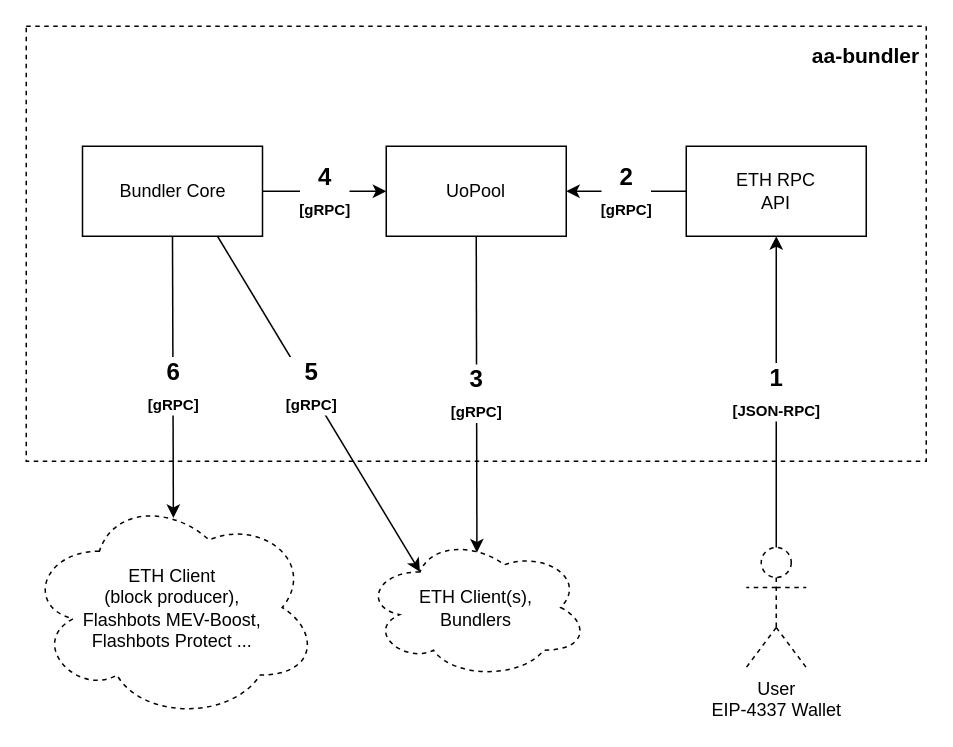
This is docs/architecture/silius.drawio from silius-rs/silius, a draw.io file, before an edit. Source tidied: cells renumbered, new cells numbered last; positions are measured from the earlier drawing's top-left corner, leaving out a move shared by most shapes. Both pictures are drawn from the tidied source at 150%, with x=0, y=0 at pixel (26, 26).
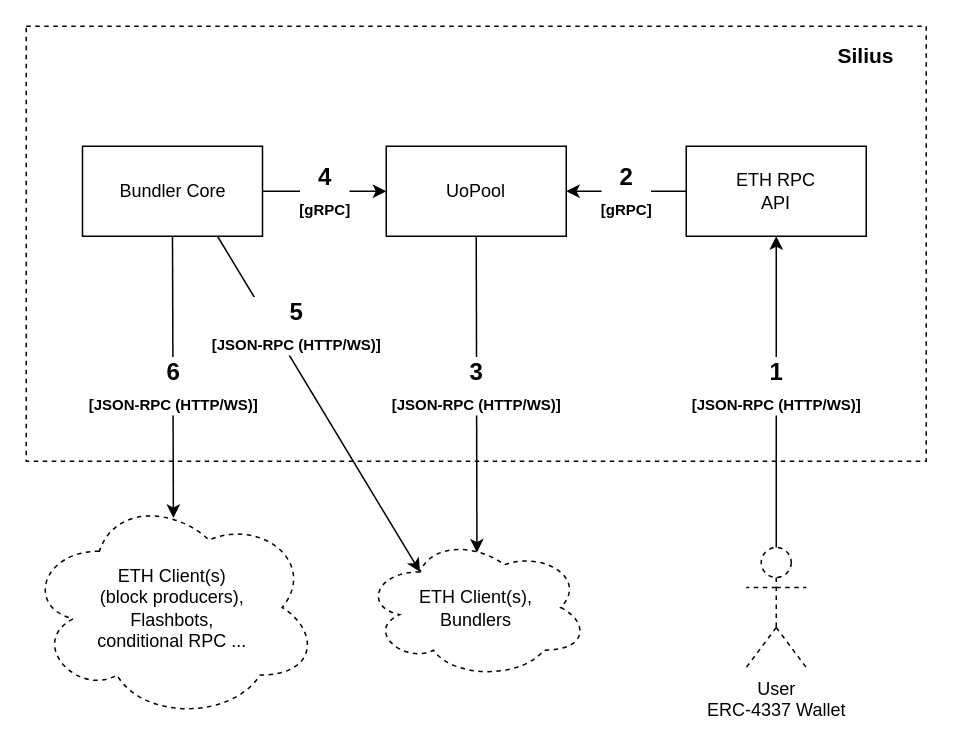
The same page after the edit.

Diff of the diagram source:
```diff
@@
 <mxGraphModel>
   <root>
     <mxCell id="0" />
     <mxCell id="1" parent="0" />
     <mxCell id="2" style="rounded=0;whiteSpace=wrap;html=1;dashed=1;" parent="1" vertex="1">
       <mxGeometry width="600" height="290" as="geometry" />
     </mxCell>
     <mxCell id="3" value="ETH RPC&lt;br&gt;API" style="rounded=0;whiteSpace=wrap;html=1;" parent="1" vertex="1">
       <mxGeometry x="440" y="80" width="120" height="60" as="geometry" />
     </mxCell>
     <mxCell id="4" value="UoPool" style="rounded=0;whiteSpace=wrap;html=1;" parent="1" vertex="1">
       <mxGeometry x="240" y="80" width="120" height="60" as="geometry" />
     </mxCell>
     <mxCell id="5" value="Bundler Core" style="rounded=0;whiteSpace=wrap;html=1;" parent="1" vertex="1">
       <mxGeometry x="37.5" y="80" width="120" height="60" as="geometry" />
     </mxCell>
-    <mxCell id="6" value="User&lt;br&gt;EIP-4337 Wallet" style="shape=umlActor;verticalLabelPosition=bottom;verticalAlign=top;html=1;outlineConnect=0;dashed=1;" parent="1" vertex="1">
+    <mxCell id="6" value="User&lt;br&gt;ERC-4337 Wallet" style="shape=umlActor;verticalLabelPosition=bottom;verticalAlign=top;html=1;outlineConnect=0;dashed=1;" parent="1" vertex="1">
       <mxGeometry x="480" y="347.5" width="40" height="80" as="geometry" />
     </mxCell>
-    <mxCell id="7" value="1&lt;br&gt;&lt;font style=&quot;font-size: 10px;&quot;&gt;[JSON-RPC]&lt;/font&gt;" style="endArrow=classic;html=1;rounded=0;entryX=0.5;entryY=1;entryDx=0;entryDy=0;exitX=0.5;exitY=0;exitDx=0;exitDy=0;exitPerimeter=0;fontSize=16;fontStyle=1;" parent="1" edge="1" source="6" target="3">
-      <mxGeometry relative="1" as="geometry" />
+    <mxCell id="7" value="1&lt;br&gt;&lt;font style=&quot;font-size: 10px;&quot;&gt;[JSON-RPC (HTTP/WS)]&lt;/font&gt;" style="endArrow=classic;html=1;rounded=0;entryX=0.5;entryY=1;entryDx=0;entryDy=0;exitX=0.5;exitY=0;exitDx=0;exitDy=0;exitPerimeter=0;fontSize=16;fontStyle=1;" parent="1" edge="1" source="6" target="3">
+      <mxGeometry x="0.04" relative="1" as="geometry" />
     </mxCell>
     <mxCell id="8" value="2&lt;br&gt;&lt;font style=&quot;font-size: 10px;&quot;&gt;[gRPC]&lt;/font&gt;" style="endArrow=classic;html=1;rounded=0;entryX=1;entryY=0.5;entryDx=0;entryDy=0;exitX=0;exitY=0.5;exitDx=0;exitDy=0;fontSize=16;fontStyle=1;" parent="1" edge="1" source="3" target="4">
       <mxGeometry relative="1" as="geometry" />
     </mxCell>
     <mxCell id="9" value="4&lt;br&gt;&lt;font style=&quot;font-size: 10px;&quot;&gt;[gRPC]&lt;/font&gt;" style="endArrow=classic;html=1;rounded=0;entryX=0;entryY=0.5;entryDx=0;entryDy=0;exitX=1;exitY=0.5;exitDx=0;exitDy=0;fontStyle=1;fontSize=16;" parent="1" edge="1" source="5" target="4">
       <mxGeometry relative="1" as="geometry" />
     </mxCell>
     <mxCell id="10" value="ETH Client(s),&lt;br&gt;Bundlers" style="ellipse;shape=cloud;whiteSpace=wrap;html=1;dashed=1;" parent="1" vertex="1">
       <mxGeometry x="225" y="340" width="150" height="95" as="geometry" />
     </mxCell>
-    <mxCell id="11" value="6&lt;br&gt;&lt;font style=&quot;font-size: 10px;&quot;&gt;[gRPC]&lt;/font&gt;" style="endArrow=classic;html=1;rounded=0;exitX=0.5;exitY=1;exitDx=0;exitDy=0;fontStyle=1;fontSize=16;entryX=0.503;entryY=0.102;entryDx=0;entryDy=0;entryPerimeter=0;" parent="1" edge="1" source="5" target="12">
+    <mxCell id="11" value="6&lt;br&gt;&lt;font style=&quot;font-size: 10px;&quot;&gt;[JSON-RPC (HTTP/WS)]&lt;/font&gt;" style="endArrow=classic;html=1;rounded=0;exitX=0.5;exitY=1;exitDx=0;exitDy=0;fontStyle=1;fontSize=16;entryX=0.503;entryY=0.102;entryDx=0;entryDy=0;entryPerimeter=0;" parent="1" edge="1" source="5" target="12">
       <mxGeometry x="0.07" relative="1" as="geometry" />
     </mxCell>
-    <mxCell id="12" value="ETH Client &lt;br&gt;(block producer), &lt;br&gt;Flashbots MEV-Boost, &lt;br&gt;Flashbots Protect ..." style="ellipse;shape=cloud;whiteSpace=wrap;html=1;dashed=1;" parent="1" vertex="1">
+    <mxCell id="12" value="ETH Client(s)&lt;br&gt;(block producers), &lt;br&gt;Flashbots,&lt;br&gt;conditional RPC ..." style="ellipse;shape=cloud;whiteSpace=wrap;html=1;dashed=1;" parent="1" vertex="1">
       <mxGeometry y="312.5" width="195" height="150" as="geometry" />
     </mxCell>
-    <mxCell id="13" value="&lt;b&gt;&lt;font style=&quot;font-size: 14px;&quot;&gt;aa-bundler&lt;/font&gt;&lt;/b&gt;" style="text;html=1;strokeColor=none;fillColor=none;align=center;verticalAlign=middle;whiteSpace=wrap;rounded=0;" parent="1" vertex="1">
+    <mxCell id="13" value="&lt;span style=&quot;font-size: 14px;&quot;&gt;&lt;b&gt;Silius&lt;/b&gt;&lt;/span&gt;" style="text;html=1;strokeColor=none;fillColor=none;align=center;verticalAlign=middle;whiteSpace=wrap;rounded=0;" parent="1" vertex="1">
       <mxGeometry x="520" width="80" height="40" as="geometry" />
     </mxCell>
-    <mxCell id="14" value="3&lt;br&gt;&lt;font style=&quot;font-size: 10px;&quot;&gt;[gRPC]&lt;/font&gt;" style="endArrow=classic;html=1;rounded=0;exitX=0.5;exitY=1;exitDx=0;exitDy=0;fontStyle=1;fontSize=16;entryX=0.503;entryY=0.114;entryDx=0;entryDy=0;entryPerimeter=0;" parent="1" edge="1" source="4" target="10">
-      <mxGeometry relative="1" as="geometry" />
+    <mxCell id="14" value="3&lt;br&gt;&lt;font style=&quot;font-size: 10px;&quot;&gt;[JSON-RPC (HTTP/WS)]&lt;/font&gt;" style="endArrow=classic;html=1;rounded=0;exitX=0.5;exitY=1;exitDx=0;exitDy=0;fontStyle=1;fontSize=16;entryX=0.503;entryY=0.114;entryDx=0;entryDy=0;entryPerimeter=0;" parent="1" edge="1" source="4" target="10">
+      <mxGeometry x="-0.05" relative="1" as="geometry" />
     </mxCell>
-    <mxCell id="15" value="5&lt;br&gt;&lt;font style=&quot;font-size: 10px;&quot;&gt;[gRPC]&lt;/font&gt;" style="endArrow=classic;html=1;rounded=0;exitX=0.75;exitY=1;exitDx=0;exitDy=0;fontStyle=1;fontSize=16;entryX=0.25;entryY=0.25;entryDx=0;entryDy=0;entryPerimeter=0;" parent="1" edge="1" source="5" target="10">
-      <mxGeometry x="-0.1" y="2" relative="1" as="geometry" />
+    <mxCell id="15" value="5&lt;br&gt;&lt;font style=&quot;font-size: 10px;&quot;&gt;[JSON-RPC (HTTP/WS)]&lt;/font&gt;" style="endArrow=classic;html=1;rounded=0;exitX=0.75;exitY=1;exitDx=0;exitDy=0;fontStyle=1;fontSize=16;entryX=0.25;entryY=0.25;entryDx=0;entryDy=0;entryPerimeter=0;" parent="1" edge="1" source="5" target="10">
+      <mxGeometry x="-0.4" y="14" relative="1" as="geometry" />
     </mxCell>
   </root>
 </mxGraphModel>
```
